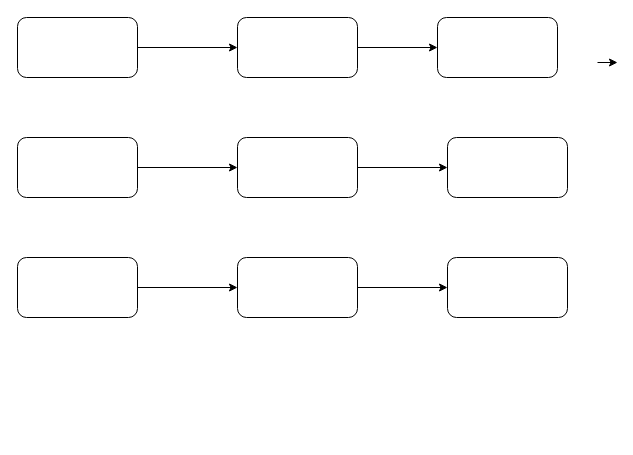
ezaichenko/autotests_stepik keeps this draw.io diagram as Untitled Diagram.drawio. Above is the earlier version. Source tidied: cells renumbered, new cells numbered last; positions are measured from the earlier drawing's top-left corner, leaving out a move shared by most shapes. Both pictures are drawn from the tidied source at 100%, with x=0, y=0 at pixel (17, 17).
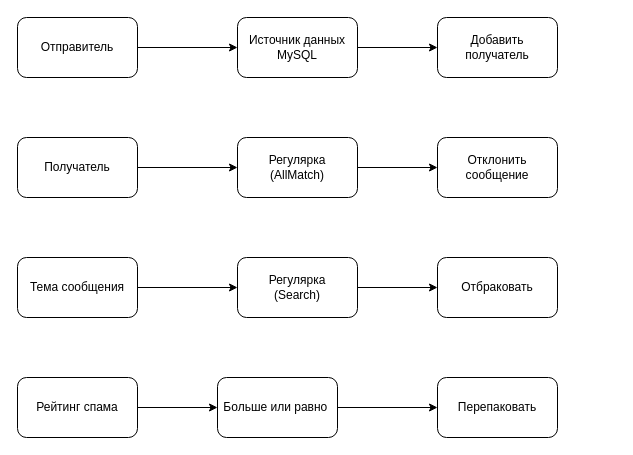
Above is the later version.

Change to the diagram source:
```diff
@@
-    <mxCell id="3" style="rounded=1;whiteSpace=wrap;html=1;" parent="1" vertex="1">
+    <mxCell id="3" value="Отправитель" style="rounded=1;whiteSpace=wrap;html=1;" parent="1" vertex="1">
       <mxGeometry width="120" height="60" as="geometry" />
     </mxCell>
@@
-    <mxCell id="5" style="rounded=1;whiteSpace=wrap;html=1;" parent="1" vertex="1">
+    <mxCell id="5" value="Получатель" style="rounded=1;whiteSpace=wrap;html=1;" parent="1" vertex="1">
       <mxGeometry y="120" width="120" height="60" as="geometry" />
     </mxCell>
@@
-    <mxCell id="7" style="rounded=1;whiteSpace=wrap;html=1;" parent="1" vertex="1">
+    <mxCell id="7" value="Тема сообщения" style="rounded=1;whiteSpace=wrap;html=1;" parent="1" vertex="1">
       <mxGeometry y="240" width="120" height="60" as="geometry" />
     </mxCell>
@@
-    <mxCell id="9" style="rounded=1;whiteSpace=wrap;html=1;" parent="1" vertex="1">
+    <mxCell id="9" value="Регулярка&lt;br&gt;(AllMatch)" style="rounded=1;whiteSpace=wrap;html=1;" parent="1" vertex="1">
       <mxGeometry x="220" y="120" width="120" height="60" as="geometry" />
     </mxCell>
-    <mxCell id="10" style="edgeStyle=orthogonalEdgeStyle;rounded=0;orthogonalLoop=1;jettySize=auto;html=1;exitX=1;exitY=0.75;exitDx=0;exitDy=0;" parent="1" edge="1">
-      <mxGeometry relative="1" as="geometry">
-        <mxPoint x="580" y="45" as="sourcePoint" />
-        <mxPoint x="600" y="45" as="targetPoint" />
-      </mxGeometry>
-    </mxCell>
@@
-    <mxCell id="12" style="rounded=1;whiteSpace=wrap;html=1;" parent="1" vertex="1">
+    <mxCell id="12" value="Источник данных&lt;br&gt;MySQL" style="rounded=1;whiteSpace=wrap;html=1;" parent="1" vertex="1">
       <mxGeometry x="220" width="120" height="60" as="geometry" />
     </mxCell>
-    <mxCell id="13" style="rounded=1;whiteSpace=wrap;html=1;" parent="1" vertex="1">
+    <mxCell id="13" value="Добавить получатель" style="rounded=1;whiteSpace=wrap;html=1;" parent="1" vertex="1">
       <mxGeometry x="420" width="120" height="60" as="geometry" />
     </mxCell>
-    <mxCell id="14" style="rounded=1;whiteSpace=wrap;html=1;" parent="1" vertex="1">
-      <mxGeometry x="430" y="120" width="120" height="60" as="geometry" />
+    <mxCell id="14" value="Отклонить сообщение" style="rounded=1;whiteSpace=wrap;html=1;" parent="1" vertex="1">
+      <mxGeometry x="420" y="120" width="120" height="60" as="geometry" />
     </mxCell>
@@
-    <mxCell id="16" style="rounded=1;whiteSpace=wrap;html=1;" parent="1" vertex="1">
+    <mxCell id="16" value="Регулярка&lt;br&gt;(Search)" style="rounded=1;whiteSpace=wrap;html=1;" parent="1" vertex="1">
       <mxGeometry x="220" y="240" width="120" height="60" as="geometry" />
     </mxCell>
-    <mxCell id="17" style="rounded=1;whiteSpace=wrap;html=1;" parent="1" vertex="1">
-      <mxGeometry x="430" y="240" width="120" height="60" as="geometry" />
+    <mxCell id="17" value="Отбраковать" style="rounded=1;whiteSpace=wrap;html=1;" parent="1" vertex="1">
+      <mxGeometry x="420" y="240" width="120" height="60" as="geometry" />
     </mxCell>
+    <mxCell id="18" style="edgeStyle=orthogonalEdgeStyle;rounded=0;jettySize=auto;html=1;" parent="1" edge="1" source="19" target="21">
+      <mxGeometry relative="1" as="geometry" />
+    </mxCell>
+    <mxCell id="19" value="Рейтинг спама" style="rounded=1;whiteSpace=wrap;html=1;" parent="1" vertex="1">
+      <mxGeometry y="360" width="120" height="60" as="geometry" />
+    </mxCell>
+    <mxCell id="20" style="edgeStyle=orthogonalEdgeStyle;rounded=0;jettySize=auto;html=1;" parent="1" edge="1" source="21" target="22">
+      <mxGeometry relative="1" as="geometry" />
+    </mxCell>
+    <mxCell id="21" value="Больше или равно&lt;span style=&quot;white-space: pre;&quot;&gt; &lt;/span&gt;" style="rounded=1;whiteSpace=wrap;html=1;" parent="1" vertex="1">
+      <mxGeometry x="200" y="360" width="120" height="60" as="geometry" />
+    </mxCell>
+    <mxCell id="22" value="Перепаковать" style="rounded=1;whiteSpace=wrap;html=1;" parent="1" vertex="1">
+      <mxGeometry x="420" y="360" width="120" height="60" as="geometry" />
+    </mxCell>
```
